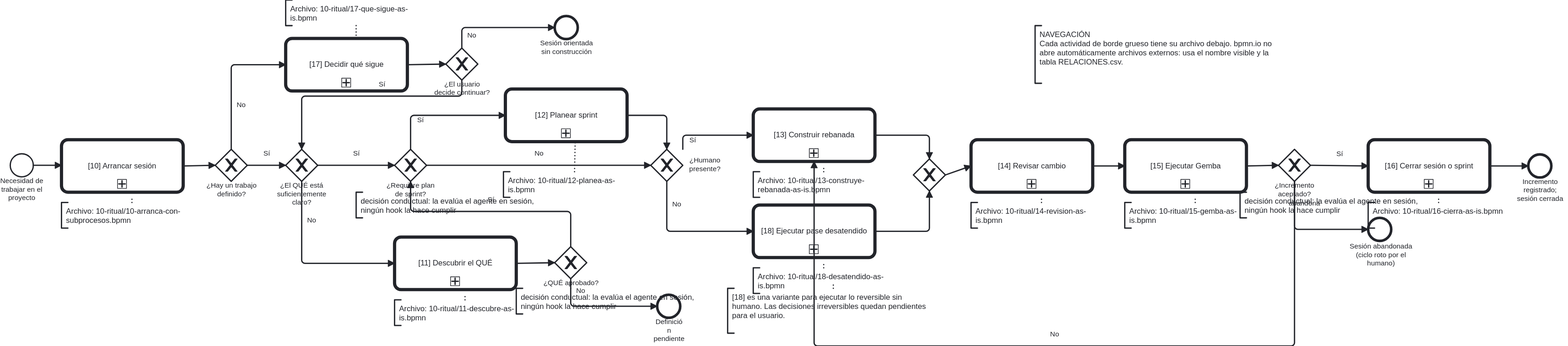
The BPMN diagram docs/atlas/render/01-operar-sesion-entregar-incremento.svg in ArmandoMedina/jidoka, before a commit. Its source is kept beside it as docs/atlas/00-arquitectura/01-operar-sesion-entregar-incremento.bpmn. Ids are renumbered.
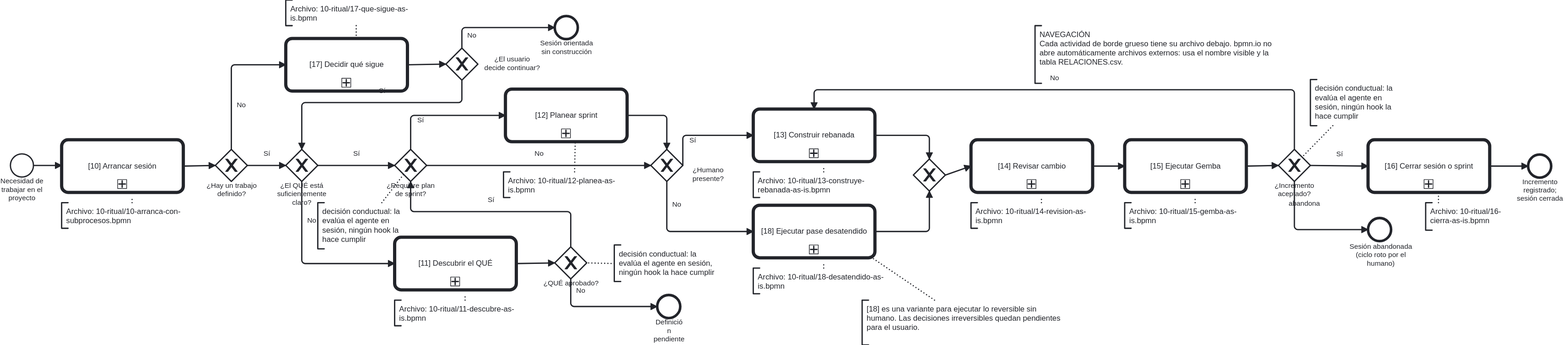
Above is the later version.

Commit message:
docs(atlas): reacomoda el layout de 01-operar-sesion (solo DI, sin semantica)

El cliente reacomodo las piezas del diagrama 01 en el editor. Solo cambian
coordenadas DI (posiciones, waypoints); la semantica del proceso queda
identica. Se re-renderiza el svg para que el par bpmn+svg quede consistente.

The edit, as a diff of the source:
```diff
@@ -128,6 +128,10 @@
     <bpmn:sequenceFlow id="F_Acept_No" name="No" sourceRef="Gateway_Aceptado" targetRef="Call_Construye" />
     <bpmn:sequenceFlow id="F_Acept_Si" name="Sí" sourceRef="Gateway_Aceptado" targetRef="Call_Cierra" />
     <bpmn:sequenceFlow id="F_Cierra_End" sourceRef="Call_Cierra" targetRef="End_Registrado" />
+    <bpmn:endEvent id="End_Abandono" name="Sesión abandonada (ciclo roto por el humano)">
+      <bpmn:incoming>F_Abandono</bpmn:incoming>
+    </bpmn:endEvent>
+    <bpmn:sequenceFlow id="F_Abandono" name="abandona" sourceRef="Gateway_Aceptado" targetRef="End_Abandono" />
     <bpmn:textAnnotation id="Annotation_Call_Arranca">
       <bpmn:text>Archivo: 10-ritual/10-arranca-con-subprocesos.bpmn</bpmn:text>
     </bpmn:textAnnotation>
@@ -175,19 +179,15 @@
     <bpmn:textAnnotation id="Ann_GwPlan">
       <bpmn:text>decisión conductual: la evalúa el agente en sesión, ningún hook la hace cumplir</bpmn:text>
     </bpmn:textAnnotation>
-    <bpmn:association id="Assoc_GwPlan" sourceRef="Ann_GwPlan" targetRef="Gateway_Plan"/>
+    <bpmn:association id="Assoc_GwPlan" sourceRef="Ann_GwPlan" targetRef="Gateway_Plan" />
     <bpmn:textAnnotation id="Ann_GwQueAprobado">
       <bpmn:text>decisión conductual: la evalúa el agente en sesión, ningún hook la hace cumplir</bpmn:text>
     </bpmn:textAnnotation>
-    <bpmn:association id="Assoc_GwQueAprobado" sourceRef="Ann_GwQueAprobado" targetRef="Gateway_QueAprobado"/>
+    <bpmn:association id="Assoc_GwQueAprobado" sourceRef="Ann_GwQueAprobado" targetRef="Gateway_QueAprobado" />
     <bpmn:textAnnotation id="Ann_GwAceptado">
       <bpmn:text>decisión conductual: la evalúa el agente en sesión, ningún hook la hace cumplir</bpmn:text>
     </bpmn:textAnnotation>
-    <bpmn:association id="Assoc_GwAceptado" sourceRef="Ann_GwAceptado" targetRef="Gateway_Aceptado"/>
-    <bpmn:endEvent id="End_Abandono" name="Sesión abandonada (ciclo roto por el humano)">
-      <bpmn:incoming>F_Abandono</bpmn:incoming>
-    </bpmn:endEvent>
-    <bpmn:sequenceFlow id="F_Abandono" name="abandona" sourceRef="Gateway_Aceptado" targetRef="End_Abandono"/>
+    <bpmn:association id="Assoc_GwAceptado" sourceRef="Ann_GwAceptado" targetRef="Gateway_Aceptado" />
   </bpmn:process>
   <bpmndi:BPMNDiagram id="Diagram_01_OperarSesion">
     <bpmndi:BPMNPlane id="Plane_Diagram_01_OperarSesion" bpmnElement="Process_OperarSesion">
@@ -205,6 +205,9 @@
       </bpmndi:BPMNShape>
       <bpmndi:BPMNShape id="Shape_Gateway_Continuar" bpmnElement="Gateway_Continuar" isMarkerVisible="true">
         <dc:Bounds x="760" y="85" width="50" height="50" />
+        <bpmndi:BPMNLabel>
+          <dc:Bounds x="819.5" y="96" width="87" height="27" />
+        </bpmndi:BPMNLabel>
       </bpmndi:BPMNShape>
       <bpmndi:BPMNShape id="Shape_End_SoloOrientada" bpmnElement="End_SoloOrientada">
         <dc:Bounds x="930" y="35" width="36" height="36" />
@@ -224,10 +227,13 @@
       <bpmndi:BPMNShape id="Shape_Gateway_Plan" bpmnElement="Gateway_Plan" isMarkerVisible="true">
         <dc:Bounds x="680" y="243" width="50" height="50" />
       </bpmndi:BPMNShape>
+      <bpmndi:BPMNShape id="Shape_Call_Planea" bpmnElement="Call_Planea">
+        <dc:Bounds x="853" y="149" width="190" height="82" />
+      </bpmndi:BPMNShape>
       <bpmndi:BPMNShape id="Shape_Gateway_Humano" bpmnElement="Gateway_Humano" isMarkerVisible="true">
         <dc:Bounds x="1080" y="243" width="50" height="50" />
         <bpmndi:BPMNLabel>
-          <dc:Bounds x="1139.5" y="254" width="49" height="27" />
+          <dc:Bounds x="1145" y="269" width="49" height="27" />
         </bpmndi:BPMNLabel>
       </bpmndi:BPMNShape>
       <bpmndi:BPMNShape id="Shape_Call_Construye" bpmnElement="Call_Construye">
@@ -254,19 +260,33 @@
       <bpmndi:BPMNShape id="Shape_End_Registrado" bpmnElement="End_Registrado">
         <dc:Bounds x="2450" y="251" width="36" height="36" />
       </bpmndi:BPMNShape>
-      <bpmndi:BPMNShape id="Shape_Call_Planea" bpmnElement="Call_Planea">
-        <dc:Bounds x="853" y="149" width="190" height="82" />
+      <bpmndi:BPMNShape id="Shape_End_Abandono" bpmnElement="End_Abandono">
+        <dc:Bounds x="2200" y="350" width="36" height="36" />
+        <bpmndi:BPMNLabel>
+          <dc:Bounds x="2170" y="388" width="100" height="27" />
+        </bpmndi:BPMNLabel>
       </bpmndi:BPMNShape>
-      <bpmndi:BPMNEdge id="Edge_Association_Annotation_Call_QueSigue" bpmnElement="Association_Annotation_Call_QueSigue">
-        <di:waypoint x="620" y="50" />
-        <di:waypoint x="620" y="70" />
+      <bpmndi:BPMNEdge id="Edge_Assoc_GwPlan" bpmnElement="Assoc_GwPlan">
+        <di:waypoint x="660" y="326" />
+        <di:waypoint x="694" y="282" />
       </bpmndi:BPMNEdge>
-      <bpmndi:BPMNEdge id="Edge_Association_Annotation_Call_Planea" bpmnElement="Association_Annotation_Call_Planea">
-        <di:waypoint x="961" y="278" />
-        <di:waypoint x="962" y="231" />
+      <bpmndi:BPMNEdge id="Edge_Assoc_GwQueAprobado" bpmnElement="Assoc_GwQueAprobado">
+        <di:waypoint x="1023" y="421" />
+        <di:waypoint x="980" y="420" />
+      </bpmndi:BPMNEdge>
+      <bpmndi:BPMNEdge id="Edge_Association_Annotation_Desatendido" bpmnElement="Association_Annotation_Desatendido">
+        <di:waypoint x="1523" y="478" />
+        <di:waypoint x="1424" y="411" />
+      </bpmndi:BPMNEdge>
+      <bpmndi:BPMNEdge id="Edge_Assoc_GwAceptado" bpmnElement="Assoc_GwAceptado">
+        <di:waypoint x="2145" y="206" />
+        <di:waypoint x="2097" y="255" />
       </bpmndi:BPMNEdge>
       <bpmndi:BPMNShape id="Shape_Annotation_Call_Arranca" bpmnElement="Annotation_Call_Arranca">
         <dc:Bounds x="160" y="326" width="220" height="40" />
+      </bpmndi:BPMNShape>
+      <bpmndi:BPMNShape id="Shape_Annotation_Call_QueSigue" bpmnElement="Annotation_Call_QueSigue">
+        <dc:Bounds x="510" y="10" width="220" height="40" />
       </bpmndi:BPMNShape>
       <bpmndi:BPMNShape id="Shape_Annotation_Call_Descubre" bpmnElement="Annotation_Call_Descubre">
         <dc:Bounds x="680" y="478" width="220" height="40" />
@@ -287,10 +307,7 @@
         <dc:Bounds x="1820" y="326" width="220" height="40" />
       </bpmndi:BPMNShape>
       <bpmndi:BPMNShape id="Shape_Annotation_Call_Cierra" bpmnElement="Annotation_Call_Cierra">
-        <dc:Bounds x="2200" y="326" width="220" height="40" />
-      </bpmndi:BPMNShape>
-      <bpmndi:BPMNShape id="Shape_Annotation_Desatendido" bpmnElement="Annotation_Desatendido">
-        <dc:Bounds x="1200" y="460" width="330" height="70" />
+        <dc:Bounds x="2290" y="326" width="130" height="43" />
       </bpmndi:BPMNShape>
       <bpmndi:BPMNShape id="Shape_Annotation_Leyenda" bpmnElement="Annotation_Leyenda">
         <dc:Bounds x="1680" y="50" width="390" height="90" />
@@ -319,9 +336,12 @@
       </bpmndi:BPMNEdge>
       <bpmndi:BPMNEdge id="Edge_F_Cont_Si" bpmnElement="F_Cont_Si">
         <di:waypoint x="785" y="135" />
-        <di:waypoint x="785" y="160" />
-        <di:waypoint x="535" y="160" />
+        <di:waypoint x="785" y="170" />
+        <di:waypoint x="535" y="170" />
         <di:waypoint x="535" y="243" />
+        <bpmndi:BPMNLabel>
+          <dc:Bounds x="655" y="145" width="11" height="14" />
+        </bpmndi:BPMNLabel>
       </bpmndi:BPMNEdge>
       <bpmndi:BPMNEdge id="Edge_F_Obj_Si" bpmnElement="F_Obj_Si">
         <di:waypoint x="450" y="268" />
@@ -369,9 +389,12 @@
         <di:waypoint x="1080" y="268" />
       </bpmndi:BPMNEdge>
       <bpmndi:BPMNEdge id="Edge_F_Hum_Si" bpmnElement="F_Hum_Si">
-        <di:waypoint x="1130" y="243" />
+        <di:waypoint x="1130" y="268" />
         <di:waypoint x="1130" y="221" />
         <di:waypoint x="1240" y="221" />
+        <bpmndi:BPMNLabel>
+          <dc:Bounds x="1140" y="222" width="11" height="14" />
+        </bpmndi:BPMNLabel>
       </bpmndi:BPMNEdge>
       <bpmndi:BPMNEdge id="Edge_F_Hum_No" bpmnElement="F_Hum_No">
         <di:waypoint x="1105" y="293" />
@@ -401,10 +424,13 @@
         <di:waypoint x="2060" y="268" />
       </bpmndi:BPMNEdge>
       <bpmndi:BPMNEdge id="Edge_F_Acept_No" bpmnElement="F_Acept_No">
-        <di:waypoint x="2085" y="293" />
-        <di:waypoint x="2085" y="550" />
-        <di:waypoint x="1335" y="550" />
-        <di:waypoint x="1335" y="262" />
+        <di:waypoint x="2085" y="243" />
+        <di:waypoint x="2085" y="150" />
+        <di:waypoint x="1335" y="150" />
+        <di:waypoint x="1335" y="180" />
+        <bpmndi:BPMNLabel>
+          <dc:Bounds x="1703" y="125" width="15" height="14" />
+        </bpmndi:BPMNLabel>
       </bpmndi:BPMNEdge>
       <bpmndi:BPMNEdge id="Edge_F_Acept_Si" bpmnElement="F_Acept_Si">
         <di:waypoint x="2110" y="268" />
@@ -414,13 +440,29 @@
         <di:waypoint x="2390" y="269" />
         <di:waypoint x="2450" y="269" />
       </bpmndi:BPMNEdge>
+      <bpmndi:BPMNEdge id="Edge_F_Abandono" bpmnElement="F_Abandono">
+        <di:waypoint x="2085" y="293" />
+        <di:waypoint x="2085" y="368" />
+        <di:waypoint x="2200" y="368" />
+        <bpmndi:BPMNLabel>
+          <dc:Bounds x="2076" y="321" width="49" height="14" />
+        </bpmndi:BPMNLabel>
+      </bpmndi:BPMNEdge>
       <bpmndi:BPMNEdge id="Edge_Association_Annotation_Call_Arranca" bpmnElement="Association_Annotation_Call_Arranca">
         <di:waypoint x="270" y="326" />
         <di:waypoint x="270" y="316" />
       </bpmndi:BPMNEdge>
+      <bpmndi:BPMNEdge id="Edge_Association_Annotation_Call_QueSigue" bpmnElement="Association_Annotation_Call_QueSigue">
+        <di:waypoint x="620" y="50" />
+        <di:waypoint x="620" y="70" />
+      </bpmndi:BPMNEdge>
       <bpmndi:BPMNEdge id="Edge_Association_Annotation_Call_Descubre" bpmnElement="Association_Annotation_Call_Descubre">
         <di:waypoint x="790" y="478" />
         <di:waypoint x="790" y="468" />
+      </bpmndi:BPMNEdge>
+      <bpmndi:BPMNEdge id="Edge_Association_Annotation_Call_Planea" bpmnElement="Association_Annotation_Call_Planea">
+        <di:waypoint x="961" y="278" />
+        <di:waypoint x="962" y="231" />
       </bpmndi:BPMNEdge>
       <bpmndi:BPMNEdge id="Edge_Association_Annotation_Call_Construye" bpmnElement="Association_Annotation_Call_Construye">
         <di:waypoint x="1350" y="278" />
@@ -440,47 +482,20 @@
       </bpmndi:BPMNEdge>
       <bpmndi:BPMNEdge id="Edge_Association_Annotation_Call_Cierra" bpmnElement="Association_Annotation_Call_Cierra">
         <di:waypoint x="2310" y="326" />
-        <di:waypoint x="2310" y="316" />
+        <di:waypoint x="2310" y="310" />
       </bpmndi:BPMNEdge>
-      <bpmndi:BPMNEdge id="Edge_Association_Annotation_Desatendido" bpmnElement="Association_Annotation_Desatendido">
-        <di:waypoint x="1365" y="460" />
-        <di:waypoint x="1365" y="450" />
-      </bpmndi:BPMNEdge>
-      <bpmndi:BPMNShape id="Shape_Annotation_Call_QueSigue" bpmnElement="Annotation_Call_QueSigue">
-        <dc:Bounds x="510" y="10" width="220" height="40" />
-      </bpmndi:BPMNShape>
       <bpmndi:BPMNShape id="Shape_Ann_GwPlan" bpmnElement="Ann_GwPlan">
-        <dc:Bounds x="620" y="310" width="290" height="40" />
+        <dc:Bounds x="560" y="326" width="150" height="72" />
       </bpmndi:BPMNShape>
       <bpmndi:BPMNShape id="Shape_Ann_GwQueAprobado" bpmnElement="Ann_GwQueAprobado">
-        <dc:Bounds x="870" y="460" width="290" height="40" />
+        <dc:Bounds x="1023" y="392" width="170" height="57" />
+      </bpmndi:BPMNShape>
+      <bpmndi:BPMNShape id="Shape_Annotation_Desatendido" bpmnElement="Annotation_Desatendido">
+        <dc:Bounds x="1410" y="478" width="330" height="70" />
       </bpmndi:BPMNShape>
       <bpmndi:BPMNShape id="Shape_Ann_GwAceptado" bpmnElement="Ann_GwAceptado">
-        <dc:Bounds x="2000" y="310" width="290" height="40" />
+        <dc:Bounds x="2110" y="134" width="140" height="72" />
       </bpmndi:BPMNShape>
-      <bpmndi:BPMNShape id="Shape_End_Abandono" bpmnElement="End_Abandono">
-        <dc:Bounds x="2200" y="350" width="36" height="36" />
-        <bpmndi:BPMNLabel>
-          <dc:Bounds x="2170" y="388" width="100" height="27" />
-        </bpmndi:BPMNLabel>
-      </bpmndi:BPMNShape>
-      <bpmndi:BPMNEdge id="Edge_Assoc_GwPlan" bpmnElement="Assoc_GwPlan">
-        <di:waypoint x="705" y="310" />
-        <di:waypoint x="705" y="293" />
-      </bpmndi:BPMNEdge>
-      <bpmndi:BPMNEdge id="Edge_Assoc_GwQueAprobado" bpmnElement="Assoc_GwQueAprobado">
-        <di:waypoint x="955" y="460" />
-        <di:waypoint x="955" y="445" />
-      </bpmndi:BPMNEdge>
-      <bpmndi:BPMNEdge id="Edge_Assoc_GwAceptado" bpmnElement="Assoc_GwAceptado">
-        <di:waypoint x="2085" y="310" />
-        <di:waypoint x="2085" y="293" />
-      </bpmndi:BPMNEdge>
-      <bpmndi:BPMNEdge id="Edge_F_Abandono" bpmnElement="F_Abandono">
-        <di:waypoint x="2085" y="293" />
-        <di:waypoint x="2085" y="368" />
-        <di:waypoint x="2200" y="368" />
-      </bpmndi:BPMNEdge>
     </bpmndi:BPMNPlane>
   </bpmndi:BPMNDiagram>
 </bpmn:definitions>
```
